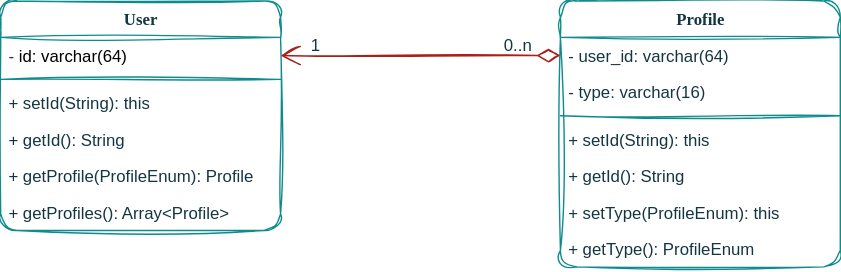
This is diagram_classes.svg from EgorKrivosheev/interview_manager, a draw.io export, as it was before one commit. Source tidied: cells renumbered, new cells last; positions are measured from the earlier drawing's top-left corner, leaving out a move shared by most shapes.
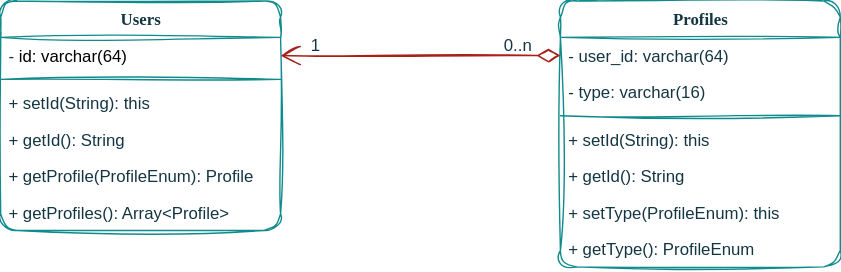
Later version of the same file.

What changed in the source:
```diff
@@ -2,7 +2,7 @@
   <root>
     <mxCell id="0" />
     <mxCell id="1" parent="0" />
-    <mxCell id="2" value="User" style="swimlane;html=1;fontStyle=1;align=center;verticalAlign=top;horizontal=1;startSize=26;swimlaneFillColor=#ffffff;rounded=1;shadow=0;comic=0;labelBackgroundColor=none;strokeWidth=1;fillColor=none;fontFamily=Verdana;fontSize=12;spacing=2;strokeColor=#0F8B8D;fontColor=#143642;sketch=1;curveFitting=1;jiggle=2;" parent="1" vertex="1">
+    <mxCell id="2" value="Users" style="swimlane;html=1;fontStyle=1;align=center;verticalAlign=top;horizontal=1;startSize=26;swimlaneFillColor=#ffffff;rounded=1;shadow=0;comic=0;labelBackgroundColor=none;strokeWidth=1;fillColor=none;fontFamily=Verdana;fontSize=12;spacing=2;strokeColor=#0F8B8D;fontColor=#143642;sketch=1;curveFitting=1;jiggle=2;" parent="1" vertex="1">
       <mxGeometry width="200" height="164" as="geometry" />
     </mxCell>
     <mxCell id="3" value="-&lt;span style=&quot;background-color: transparent; color: light-dark(rgb(0, 0, 0), rgb(255, 255, 255));&quot;&gt;&amp;nbsp;id: varchar(64)&lt;/span&gt;" style="text;html=1;strokeColor=none;fillColor=none;align=left;verticalAlign=top;spacingLeft=4;spacingRight=4;whiteSpace=wrap;overflow=hidden;points=[[0,0.5],[1,0.5]];portConstraint=eastwest;spacing=2;fontSize=12;labelBackgroundColor=none;fontColor=#143642;rounded=1;sketch=1;curveFitting=1;jiggle=2;" parent="2" vertex="1">
@@ -23,7 +23,7 @@
     <mxCell id="8" value="+ getProfiles(): Array&amp;lt;Profile&amp;gt;" style="text;html=1;strokeColor=none;fillColor=none;align=left;verticalAlign=top;spacingLeft=4;spacingRight=4;whiteSpace=wrap;overflow=hidden;spacing=2;fontSize=12;labelBackgroundColor=none;fontColor=#143642;rounded=1;sketch=1;curveFitting=1;jiggle=2;" parent="2" vertex="1">
       <mxGeometry y="138" width="200" height="26" as="geometry" />
     </mxCell>
-    <mxCell id="9" value="Profile" style="swimlane;html=1;fontStyle=1;align=center;verticalAlign=top;horizontal=1;startSize=26;swimlaneFillColor=#ffffff;rounded=1;shadow=0;comic=0;labelBackgroundColor=none;strokeWidth=1;fillColor=none;fontFamily=Verdana;fontSize=12;spacing=2;strokeColor=#0F8B8D;fontColor=#143642;sketch=1;curveFitting=1;jiggle=2;" parent="1" vertex="1">
+    <mxCell id="9" value="Profiles" style="swimlane;html=1;fontStyle=1;align=center;verticalAlign=top;horizontal=1;startSize=26;swimlaneFillColor=#ffffff;rounded=1;shadow=0;comic=0;labelBackgroundColor=none;strokeWidth=1;fillColor=none;fontFamily=Verdana;fontSize=12;spacing=2;strokeColor=#0F8B8D;fontColor=#143642;sketch=1;curveFitting=1;jiggle=2;" parent="1" vertex="1">
       <mxGeometry x="400" width="200" height="190" as="geometry" />
     </mxCell>
     <mxCell id="10" value="- user_id: varchar(64)" style="text;html=1;strokeColor=none;fillColor=none;align=left;verticalAlign=top;spacingLeft=4;spacingRight=4;whiteSpace=wrap;overflow=hidden;points=[[0,0.5],[1,0.5]];portConstraint=eastwest;spacing=2;fontSize=12;labelBackgroundColor=none;fontColor=#143642;rounded=1;sketch=1;curveFitting=1;jiggle=2;" parent="9" vertex="1">
```
